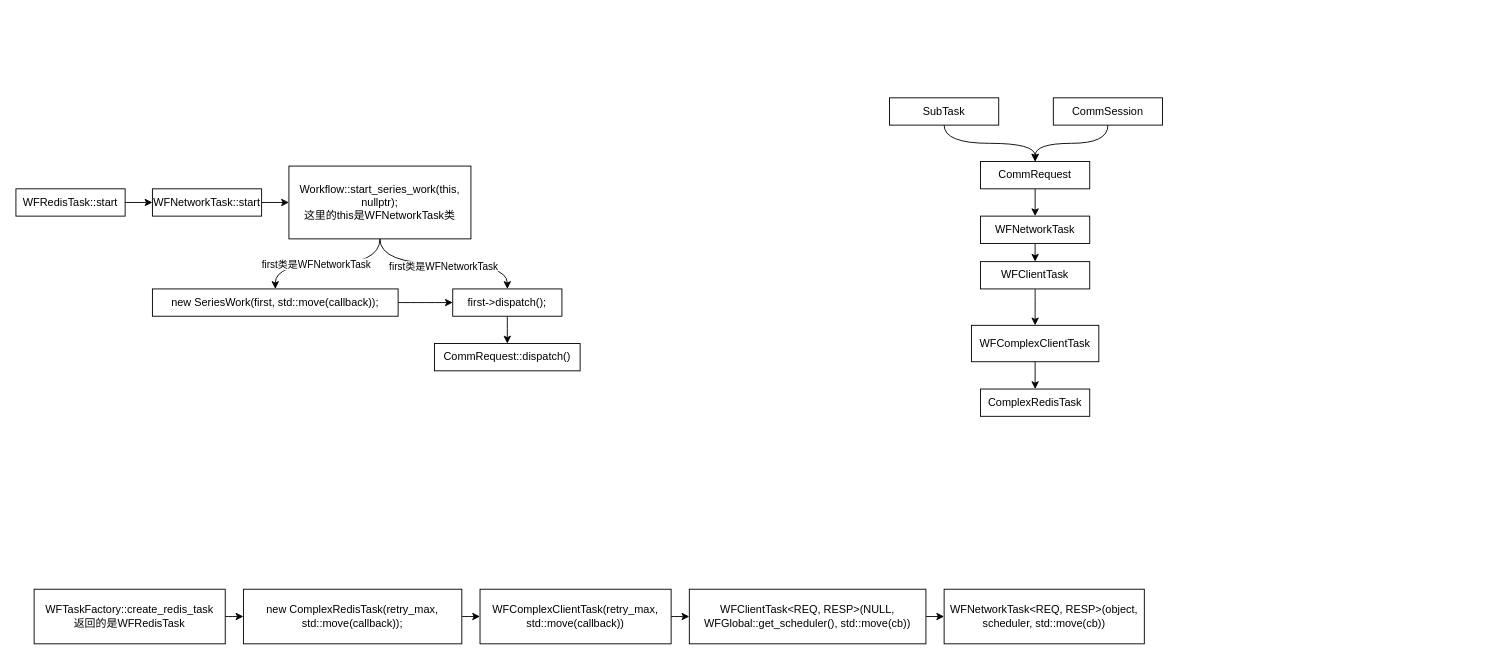
This is Untitled Diagram.drawio from beijingqiuchang/drawio, a draw.io file, before an edit. Source tidied: cells renumbered, new cells numbered last; positions are measured from the earlier drawing's top-left corner, leaving out a move shared by most shapes. Both pictures are drawn from the tidied source at 91%, with x=0, y=0 at pixel (15, 97).
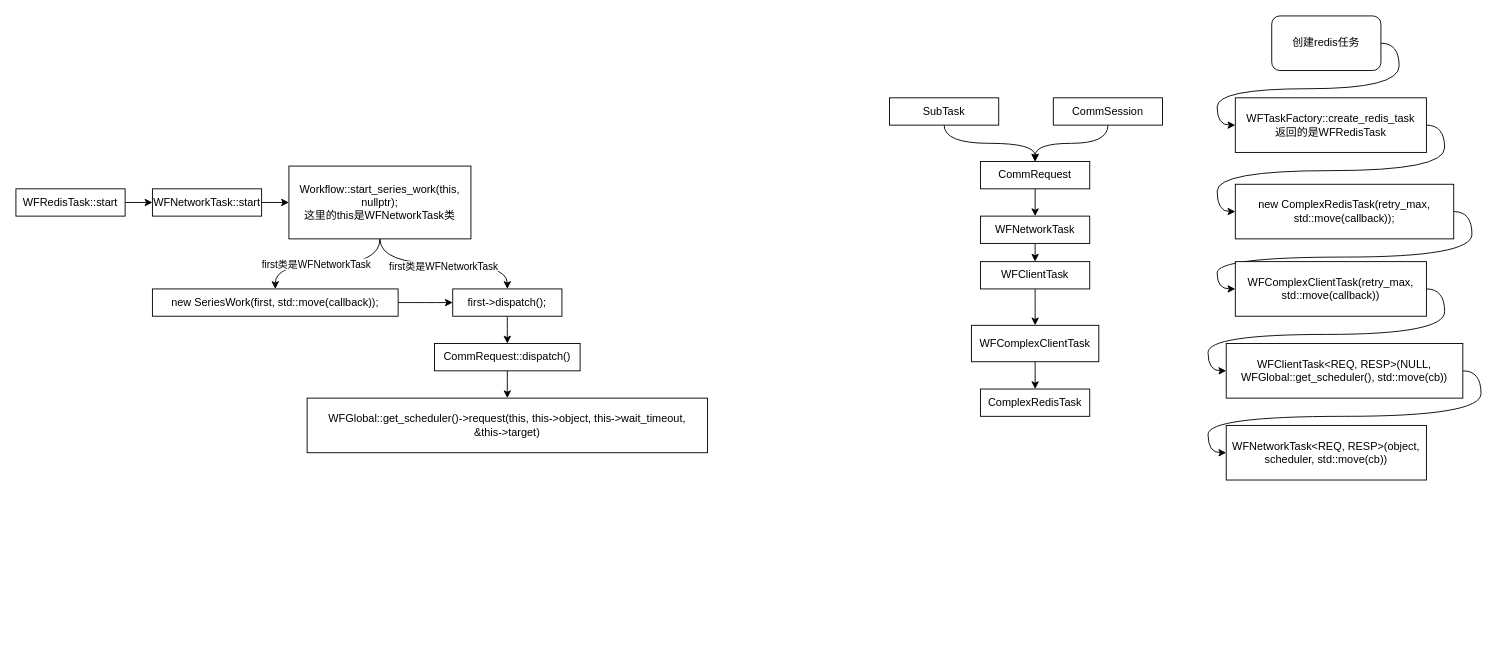
After the change.

Unchanged cells that the change refers to:
```xml
<mxCell id="23" value="CommRequest::dispatch()" style="rounded=0;whiteSpace=wrap;html=1;" parent="1" vertex="1">
  <mxGeometry x="460" y="270" width="160" height="30" as="geometry" />
</mxCell>
```

The edit, as a diff of the source:
```diff
@@
+    <mxCell id="38" style="edgeStyle=orthogonalEdgeStyle;curved=1;rounded=0;jettySize=auto;html=1;exitX=0.5;exitY=1;exitDx=0;exitDy=0;entryX=0.5;entryY=0;entryDx=0;entryDy=0;" parent="1" edge="1" source="23" target="39">
+      <mxGeometry relative="1" as="geometry" />
+    </mxCell>
@@
     <mxCell id="30" value="WFTaskFactory::create_redis_task&lt;br&gt;返回的是WFRedisTask" style="rounded=0;whiteSpace=wrap;html=1;" parent="1" vertex="1">
-      <mxGeometry x="20" y="540" width="210" height="60" as="geometry" />
+      <mxGeometry x="1340" width="210" height="60" as="geometry" />
     </mxCell>
@@
     <mxCell id="32" value="new ComplexRedisTask(retry_max, std::move(callback));" style="rounded=0;whiteSpace=wrap;html=1;" parent="1" vertex="1">
-      <mxGeometry x="250" y="540" width="240" height="60" as="geometry" />
+      <mxGeometry x="1340" y="95" width="240" height="60" as="geometry" />
     </mxCell>
@@
     <mxCell id="34" value="WFComplexClientTask(retry_max, std::move(callback))" style="rounded=0;whiteSpace=wrap;html=1;" parent="1" vertex="1">
-      <mxGeometry x="510" y="540" width="210" height="60" as="geometry" />
+      <mxGeometry x="1340" y="180" width="210" height="60" as="geometry" />
     </mxCell>
@@
     <mxCell id="36" value="WFClientTask&amp;lt;REQ, RESP&amp;gt;(NULL, WFGlobal::get_scheduler(), std::move(cb))" style="rounded=0;whiteSpace=wrap;html=1;" parent="1" vertex="1">
-      <mxGeometry x="740" y="540" width="260" height="60" as="geometry" />
+      <mxGeometry x="1330" y="270" width="260" height="60" as="geometry" />
     </mxCell>
     <mxCell id="37" value="WFNetworkTask&amp;lt;REQ, RESP&amp;gt;(object, scheduler, std::move(cb))" style="rounded=0;whiteSpace=wrap;html=1;" parent="1" vertex="1">
-      <mxGeometry x="1020" y="540" width="220" height="60" as="geometry" />
+      <mxGeometry x="1330" y="360" width="220" height="60" as="geometry" />
     </mxCell>
+    <mxCell id="39" value="&lt;span&gt;WFGlobal::get_scheduler()-&amp;gt;request(&lt;/span&gt;&lt;span&gt;this, this-&amp;gt;object, this-&amp;gt;wait_timeout,&lt;br&gt;&lt;/span&gt;&lt;span&gt;        &lt;/span&gt;&lt;span&gt; &amp;amp;this-&amp;gt;target&lt;/span&gt;&lt;span&gt;)&lt;/span&gt;" style="rounded=0;whiteSpace=wrap;html=1;" parent="1" vertex="1">
+      <mxGeometry x="320" y="330" width="440" height="60" as="geometry" />
+    </mxCell>
+    <mxCell id="40" style="edgeStyle=orthogonalEdgeStyle;curved=1;rounded=0;jettySize=auto;html=1;exitX=1;exitY=0.5;exitDx=0;exitDy=0;entryX=0;entryY=0.5;entryDx=0;entryDy=0;" parent="1" edge="1" source="41" target="30">
+      <mxGeometry relative="1" as="geometry" />
+    </mxCell>
+    <mxCell id="41" value="创建redis任务" style="rounded=1;whiteSpace=wrap;html=1;" parent="1" vertex="1">
+      <mxGeometry x="1380" y="-90" width="120" height="60" as="geometry" />
+    </mxCell>
```
